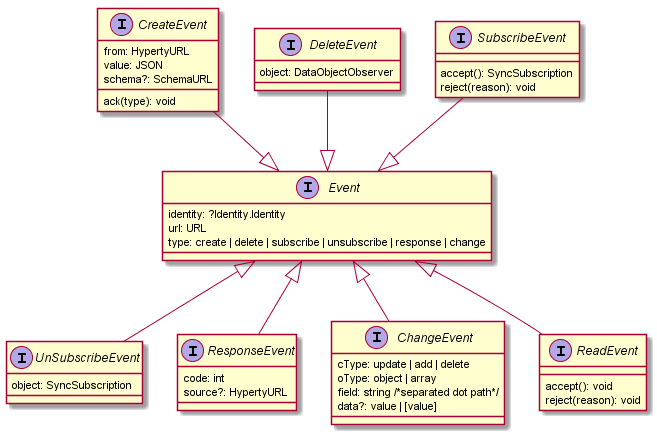
Earlier version of the PlantUML export service-framework/syncher-events.png (reTHINK-project/specs).
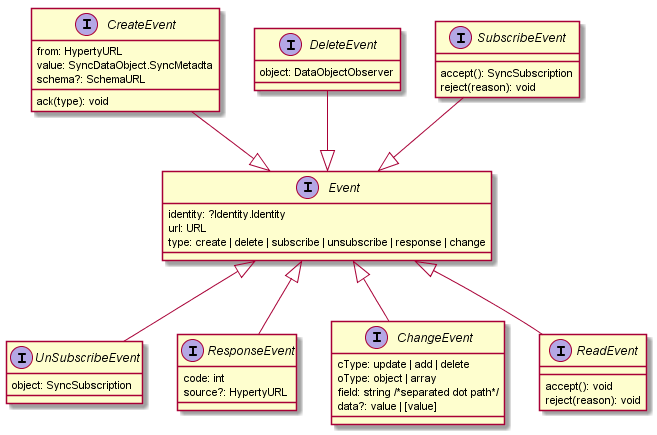
After the change.

Commit message:
Syncher doc improved

Change to the diagram source:
```diff
@@ -9,7 +9,7 @@
 
 interface CreateEvent {
   from: HypertyURL
-  value: JSON
+  value: SyncDataObject.SyncMetadta
   schema?: SchemaURL
   ack(type): void
 }
```
